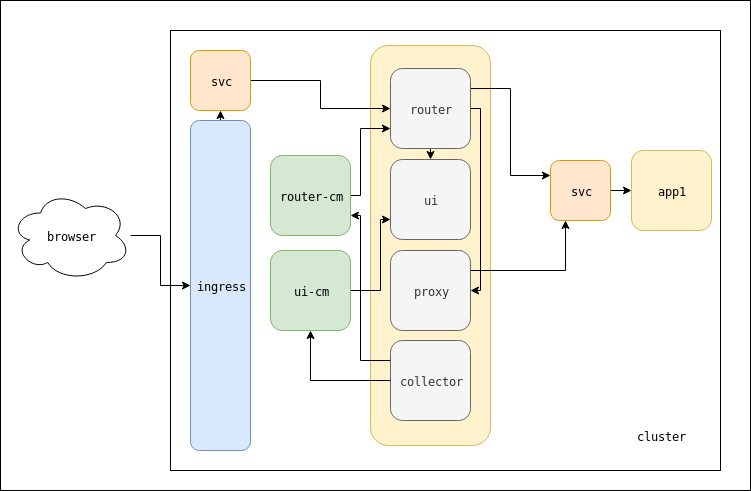
dlmiddlecote/openapi-collector keeps this draw.io diagram as docs/architecture-diagram.png. Above is the earlier version. Source tidied: cells renumbered, new cells last; positions are measured from the earlier drawing's top-left corner, leaving out a move shared by most shapes. Its diagram source:
```xml
<mxGraphModel>
  <root>
    <mxCell id="0" />
    <mxCell id="1" parent="0" />
    <mxCell id="2" style="rounded=0;whiteSpace=wrap;html=1;" parent="1" vertex="1">
      <mxGeometry width="750" height="490" as="geometry" />
    </mxCell>
    <mxCell id="3" style="rounded=0;whiteSpace=wrap;html=1;" parent="1" vertex="1">
      <mxGeometry x="170" y="30" width="550" height="440" as="geometry" />
    </mxCell>
    <mxCell id="4" style="edgeStyle=orthogonalEdgeStyle;rounded=0;jettySize=auto;html=1;" parent="1" edge="1" source="5" target="7">
      <mxGeometry relative="1" as="geometry" />
    </mxCell>
    <mxCell id="5" value="browser" style="ellipse;shape=cloud;whiteSpace=wrap;html=1;" parent="1" vertex="1">
      <mxGeometry x="10" y="190" width="120" height="90" as="geometry" />
    </mxCell>
    <mxCell id="6" style="edgeStyle=orthogonalEdgeStyle;rounded=0;jettySize=auto;html=1;exitX=0.5;exitY=0;exitDx=0;exitDy=0;entryX=0.5;entryY=1;entryDx=0;entryDy=0;" parent="1" edge="1" source="7" target="10">
      <mxGeometry relative="1" as="geometry" />
    </mxCell>
    <mxCell id="7" value="ingress" style="rounded=1;whiteSpace=wrap;html=1;fillColor=#dae8fc;strokeColor=#6c8ebf;" parent="1" vertex="1">
      <mxGeometry x="190" y="120" width="60" height="330" as="geometry" />
    </mxCell>
    <mxCell id="8" style="rounded=1;whiteSpace=wrap;html=1;fillColor=#fff2cc;strokeColor=#d6b656;" parent="1" vertex="1">
      <mxGeometry x="370" y="45" width="120" height="400" as="geometry" />
    </mxCell>
    <mxCell id="9" style="edgeStyle=orthogonalEdgeStyle;rounded=0;jettySize=auto;html=1;exitX=1;exitY=0.5;exitDx=0;exitDy=0;entryX=0;entryY=0.5;entryDx=0;entryDy=0;" parent="1" edge="1" source="10" target="27">
      <mxGeometry relative="1" as="geometry" />
    </mxCell>
    <mxCell id="10" value="svc" style="rounded=1;whiteSpace=wrap;html=1;fillColor=#ffe6cc;strokeColor=#d79b00;" parent="1" vertex="1">
      <mxGeometry x="190" y="50" width="60" height="60" as="geometry" />
    </mxCell>
    <mxCell id="11" style="edgeStyle=orthogonalEdgeStyle;rounded=0;jettySize=auto;html=1;entryX=0;entryY=0.75;entryDx=0;entryDy=0;" parent="1" edge="1" source="12" target="27">
      <mxGeometry relative="1" as="geometry">
        <Array as="points">
          <mxPoint x="360" y="195" />
          <mxPoint x="360" y="128" />
        </Array>
      </mxGeometry>
    </mxCell>
    <mxCell id="12" value="router-cm" style="rounded=1;whiteSpace=wrap;html=1;fillColor=#d5e8d4;strokeColor=#82b366;" parent="1" vertex="1">
      <mxGeometry x="270" y="155" width="80" height="80" as="geometry" />
    </mxCell>
    <mxCell id="13" style="edgeStyle=orthogonalEdgeStyle;rounded=0;jettySize=auto;html=1;exitX=1;exitY=0.5;exitDx=0;exitDy=0;entryX=0;entryY=0.5;entryDx=0;entryDy=0;" parent="1" edge="1" source="14" target="17">
      <mxGeometry relative="1" as="geometry" />
    </mxCell>
    <mxCell id="14" value="svc" style="rounded=1;whiteSpace=wrap;html=1;fillColor=#ffe6cc;strokeColor=#d79b00;" parent="1" vertex="1">
      <mxGeometry x="550" y="160" width="60" height="60" as="geometry" />
    </mxCell>
    <mxCell id="15" style="edgeStyle=orthogonalEdgeStyle;rounded=0;jettySize=auto;html=1;exitX=1;exitY=0.5;exitDx=0;exitDy=0;entryX=0;entryY=0.75;entryDx=0;entryDy=0;" parent="1" edge="1" source="16" target="23">
      <mxGeometry relative="1" as="geometry">
        <Array as="points">
          <mxPoint x="380" y="290" />
          <mxPoint x="380" y="219" />
        </Array>
      </mxGeometry>
    </mxCell>
    <mxCell id="16" value="ui-cm" style="rounded=1;whiteSpace=wrap;html=1;fillColor=#d5e8d4;strokeColor=#82b366;" parent="1" vertex="1">
      <mxGeometry x="270" y="250" width="80" height="80" as="geometry" />
    </mxCell>
    <mxCell id="17" value="app1" style="rounded=1;whiteSpace=wrap;html=1;fillColor=#fff2cc;strokeColor=#d6b656;" parent="1" vertex="1">
      <mxGeometry x="631" y="150" width="80" height="80" as="geometry" />
    </mxCell>
    <mxCell id="18" style="edgeStyle=orthogonalEdgeStyle;rounded=0;jettySize=auto;html=1;exitX=0;exitY=0.5;exitDx=0;exitDy=0;" parent="1" edge="1" source="20" target="16">
      <mxGeometry relative="1" as="geometry" />
    </mxCell>
    <mxCell id="19" style="edgeStyle=orthogonalEdgeStyle;rounded=0;jettySize=auto;html=1;exitX=0;exitY=0.25;exitDx=0;exitDy=0;entryX=1;entryY=0.75;entryDx=0;entryDy=0;" parent="1" edge="1" source="20" target="12">
      <mxGeometry relative="1" as="geometry">
        <Array as="points">
          <mxPoint x="360" y="360" />
          <mxPoint x="360" y="215" />
        </Array>
      </mxGeometry>
    </mxCell>
    <mxCell id="20" value="collector" style="rounded=1;whiteSpace=wrap;html=1;fillColor=#f5f5f5;strokeColor=#666666;fontColor=#333333;" parent="1" vertex="1">
      <mxGeometry x="390" y="340" width="80" height="80" as="geometry" />
    </mxCell>
    <mxCell id="21" style="edgeStyle=orthogonalEdgeStyle;rounded=0;jettySize=auto;html=1;exitX=1;exitY=0.25;exitDx=0;exitDy=0;entryX=0.25;entryY=1;entryDx=0;entryDy=0;" parent="1" edge="1" source="22" target="14">
      <mxGeometry relative="1" as="geometry" />
    </mxCell>
    <mxCell id="22" value="proxy" style="rounded=1;whiteSpace=wrap;html=1;fillColor=#f5f5f5;strokeColor=#666666;fontColor=#333333;" parent="1" vertex="1">
      <mxGeometry x="390" y="250" width="80" height="80" as="geometry" />
    </mxCell>
    <mxCell id="23" value="ui" style="rounded=1;whiteSpace=wrap;html=1;fillColor=#f5f5f5;strokeColor=#666666;fontColor=#333333;" parent="1" vertex="1">
      <mxGeometry x="390" y="159" width="80" height="80" as="geometry" />
    </mxCell>
    <mxCell id="24" style="edgeStyle=orthogonalEdgeStyle;rounded=0;jettySize=auto;html=1;exitX=0.5;exitY=1;exitDx=0;exitDy=0;entryX=0.5;entryY=0;entryDx=0;entryDy=0;" parent="1" edge="1" source="27" target="23">
      <mxGeometry relative="1" as="geometry" />
    </mxCell>
    <mxCell id="25" style="edgeStyle=orthogonalEdgeStyle;rounded=0;jettySize=auto;html=1;exitX=1;exitY=0.5;exitDx=0;exitDy=0;entryX=1;entryY=0.5;entryDx=0;entryDy=0;" parent="1" edge="1" source="27" target="22">
      <mxGeometry relative="1" as="geometry">
        <Array as="points">
          <mxPoint x="480" y="108" />
          <mxPoint x="480" y="290" />
        </Array>
      </mxGeometry>
    </mxCell>
    <mxCell id="26" style="edgeStyle=orthogonalEdgeStyle;rounded=0;jettySize=auto;html=1;exitX=1;exitY=0.25;exitDx=0;exitDy=0;entryX=0;entryY=0.25;entryDx=0;entryDy=0;" parent="1" edge="1" source="27" target="14">
      <mxGeometry relative="1" as="geometry" />
    </mxCell>
    <mxCell id="27" value="router" style="rounded=1;whiteSpace=wrap;html=1;fillColor=#f5f5f5;strokeColor=#666666;fontColor=#333333;" parent="1" vertex="1">
      <mxGeometry x="390" y="68" width="80" height="80" as="geometry" />
    </mxCell>
    <mxCell id="28" value="&lt;div&gt;cluster&lt;/div&gt;" style="text;html=1;strokeColor=none;fillColor=none;align=center;verticalAlign=middle;whiteSpace=wrap;rounded=0;" parent="1" vertex="1">
      <mxGeometry x="640" y="425" width="40" height="20" as="geometry" />
    </mxCell>
  </root>
</mxGraphModel>
```
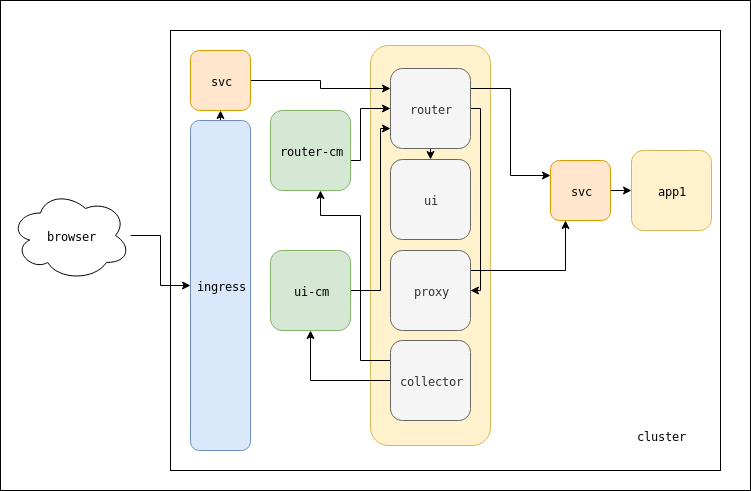
The same file after the commit.

Commit message:
Update diagram, update example deployment version

Change to the diagram source:
```diff
@@ -23,22 +23,23 @@
     <mxCell id="8" style="rounded=1;whiteSpace=wrap;html=1;fillColor=#fff2cc;strokeColor=#d6b656;" parent="1" vertex="1">
       <mxGeometry x="370" y="45" width="120" height="400" as="geometry" />
     </mxCell>
-    <mxCell id="9" style="edgeStyle=orthogonalEdgeStyle;rounded=0;jettySize=auto;html=1;exitX=1;exitY=0.5;exitDx=0;exitDy=0;entryX=0;entryY=0.5;entryDx=0;entryDy=0;" parent="1" edge="1" source="10" target="27">
+    <mxCell id="9" style="edgeStyle=orthogonalEdgeStyle;rounded=0;jettySize=auto;html=1;exitX=1;exitY=0.5;exitDx=0;exitDy=0;entryX=0;entryY=0.25;entryDx=0;entryDy=0;" parent="1" edge="1" source="10" target="27">
       <mxGeometry relative="1" as="geometry" />
     </mxCell>
     <mxCell id="10" value="svc" style="rounded=1;whiteSpace=wrap;html=1;fillColor=#ffe6cc;strokeColor=#d79b00;" parent="1" vertex="1">
       <mxGeometry x="190" y="50" width="60" height="60" as="geometry" />
     </mxCell>
-    <mxCell id="11" style="edgeStyle=orthogonalEdgeStyle;rounded=0;jettySize=auto;html=1;entryX=0;entryY=0.75;entryDx=0;entryDy=0;" parent="1" edge="1" source="12" target="27">
+    <mxCell id="11" style="edgeStyle=orthogonalEdgeStyle;rounded=0;jettySize=auto;html=1;entryX=0;entryY=0.5;entryDx=0;entryDy=0;exitX=1;exitY=0.5;exitDx=0;exitDy=0;" parent="1" edge="1" source="12" target="27">
       <mxGeometry relative="1" as="geometry">
         <Array as="points">
-          <mxPoint x="360" y="195" />
-          <mxPoint x="360" y="128" />
+          <mxPoint x="350" y="160" />
+          <mxPoint x="360" y="160" />
+          <mxPoint x="360" y="108" />
         </Array>
       </mxGeometry>
     </mxCell>
     <mxCell id="12" value="router-cm" style="rounded=1;whiteSpace=wrap;html=1;fillColor=#d5e8d4;strokeColor=#82b366;" parent="1" vertex="1">
-      <mxGeometry x="270" y="155" width="80" height="80" as="geometry" />
+      <mxGeometry x="270" y="110" width="80" height="80" as="geometry" />
     </mxCell>
     <mxCell id="13" style="edgeStyle=orthogonalEdgeStyle;rounded=0;jettySize=auto;html=1;exitX=1;exitY=0.5;exitDx=0;exitDy=0;entryX=0;entryY=0.5;entryDx=0;entryDy=0;" parent="1" edge="1" source="14" target="17">
       <mxGeometry relative="1" as="geometry" />
@@ -46,11 +47,11 @@
     <mxCell id="14" value="svc" style="rounded=1;whiteSpace=wrap;html=1;fillColor=#ffe6cc;strokeColor=#d79b00;" parent="1" vertex="1">
       <mxGeometry x="550" y="160" width="60" height="60" as="geometry" />
     </mxCell>
-    <mxCell id="15" style="edgeStyle=orthogonalEdgeStyle;rounded=0;jettySize=auto;html=1;exitX=1;exitY=0.5;exitDx=0;exitDy=0;entryX=0;entryY=0.75;entryDx=0;entryDy=0;" parent="1" edge="1" source="16" target="23">
+    <mxCell id="15" style="edgeStyle=orthogonalEdgeStyle;rounded=0;jettySize=auto;html=1;exitX=1;exitY=0.5;exitDx=0;exitDy=0;entryX=0;entryY=0.75;entryDx=0;entryDy=0;" parent="1" edge="1" source="16" target="27">
       <mxGeometry relative="1" as="geometry">
         <Array as="points">
           <mxPoint x="380" y="290" />
-          <mxPoint x="380" y="219" />
+          <mxPoint x="380" y="128" />
         </Array>
       </mxGeometry>
     </mxCell>
@@ -63,11 +64,13 @@
     <mxCell id="18" style="edgeStyle=orthogonalEdgeStyle;rounded=0;jettySize=auto;html=1;exitX=0;exitY=0.5;exitDx=0;exitDy=0;" parent="1" edge="1" source="20" target="16">
       <mxGeometry relative="1" as="geometry" />
     </mxCell>
-    <mxCell id="19" style="edgeStyle=orthogonalEdgeStyle;rounded=0;jettySize=auto;html=1;exitX=0;exitY=0.25;exitDx=0;exitDy=0;entryX=1;entryY=0.75;entryDx=0;entryDy=0;" parent="1" edge="1" source="20" target="12">
+    <mxCell id="19" style="edgeStyle=orthogonalEdgeStyle;rounded=0;jettySize=auto;html=1;exitX=0;exitY=0.25;exitDx=0;exitDy=0;" parent="1" edge="1" source="20">
       <mxGeometry relative="1" as="geometry">
+        <mxPoint x="320" y="190" as="targetPoint" />
         <Array as="points">
           <mxPoint x="360" y="360" />
           <mxPoint x="360" y="215" />
+          <mxPoint x="320" y="215" />
         </Array>
       </mxGeometry>
     </mxCell>
```
